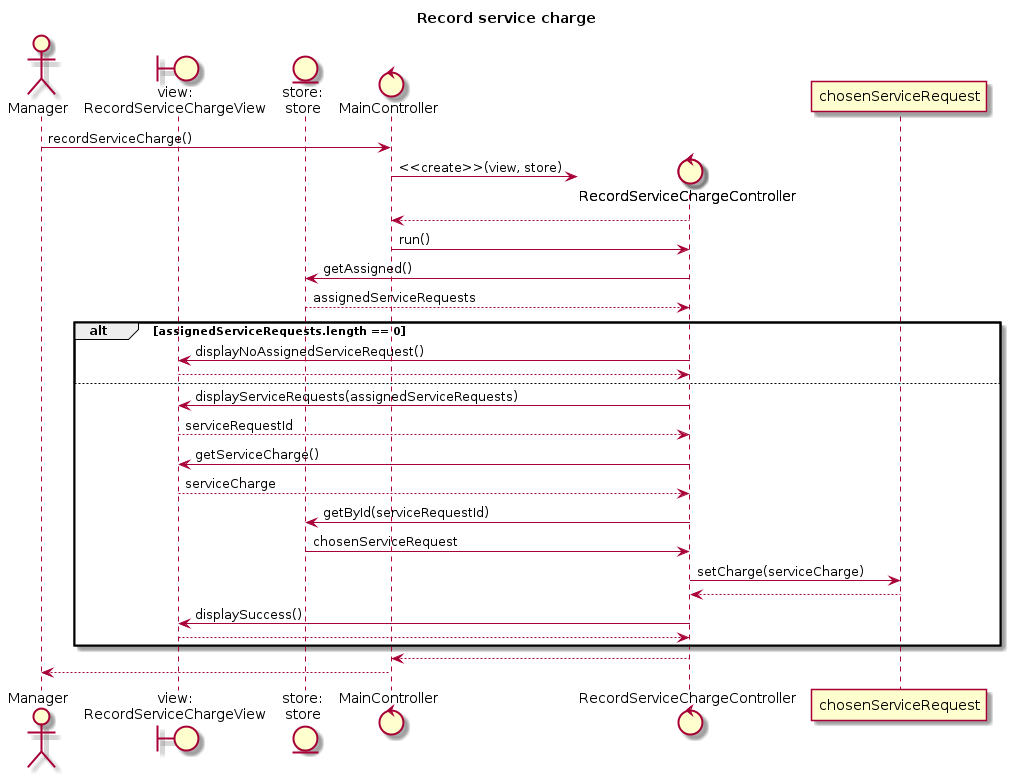
The PlantUML diagram sequence-diagrams/recordServiceCharge.png in wongjiahau/software-design-assignment, before a commit.
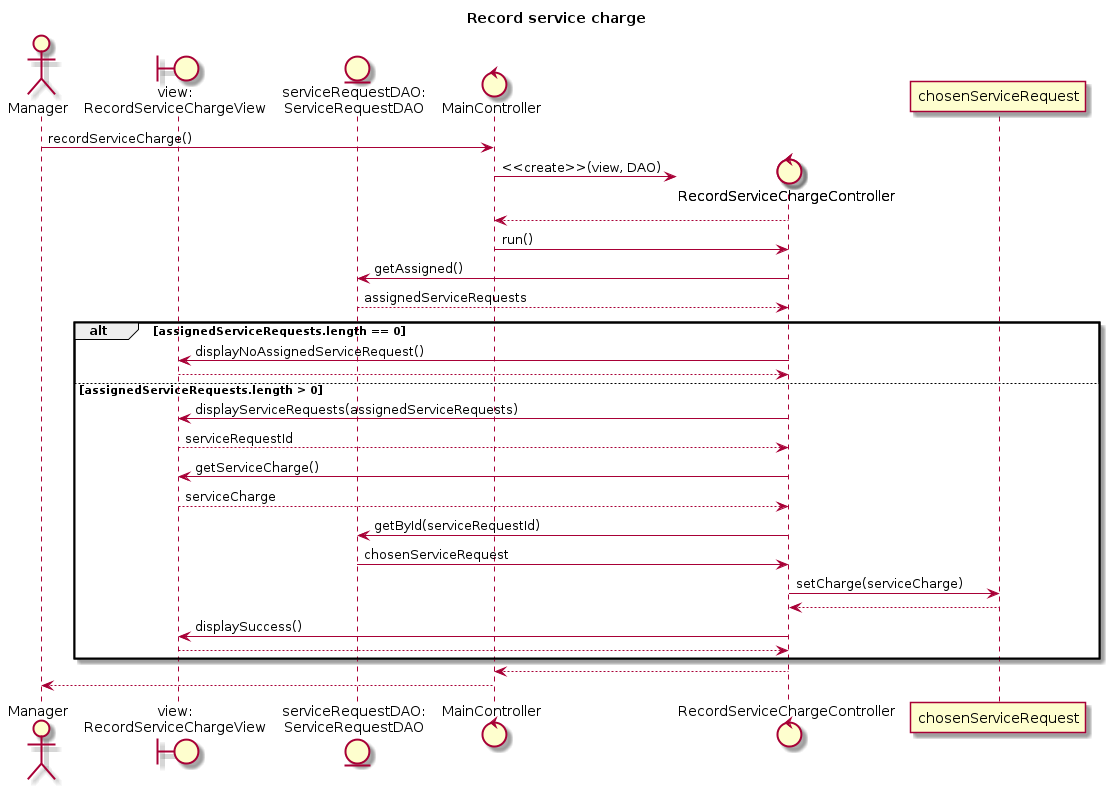
The same file after the commit.

What changed in the source:
```diff
@@ -2,26 +2,26 @@
 title Record service charge
 actor Manager
 boundary "view:\nRecordServiceChargeView" as view
-entity "store:\nstore" as store
+entity "serviceRequestDAO:\nServiceRequestDAO" as DAO
 control MainController
 
 Manager -> MainController : recordServiceCharge()
 create control RecordServiceChargeController as controller
-MainController -> controller : <<create>>(view, store)
+MainController -> controller : <<create>>(view, DAO)
 controller --> MainController
 MainController -> controller : run()
-controller -> store : getAssigned()
-store --> controller : assignedServiceRequests
+controller -> DAO : getAssigned()
+DAO --> controller : assignedServiceRequests
 alt assignedServiceRequests.length == 0
     controller -> view : displayNoAssignedServiceRequest()
     view --> controller
-else
+else assignedServiceRequests.length > 0
     controller -> view : displayServiceRequests(assignedServiceRequests)
     view --> controller : serviceRequestId
     controller -> view : getServiceCharge()
     view --> controller : serviceCharge
-    controller -> store : getById(serviceRequestId)
-    store -> controller : chosenServiceRequest
+    controller -> DAO : getById(serviceRequestId)
+    DAO -> controller : chosenServiceRequest
     controller -> chosenServiceRequest : setCharge(serviceCharge)
     chosenServiceRequest --> controller
     controller -> view : displaySuccess()
```
